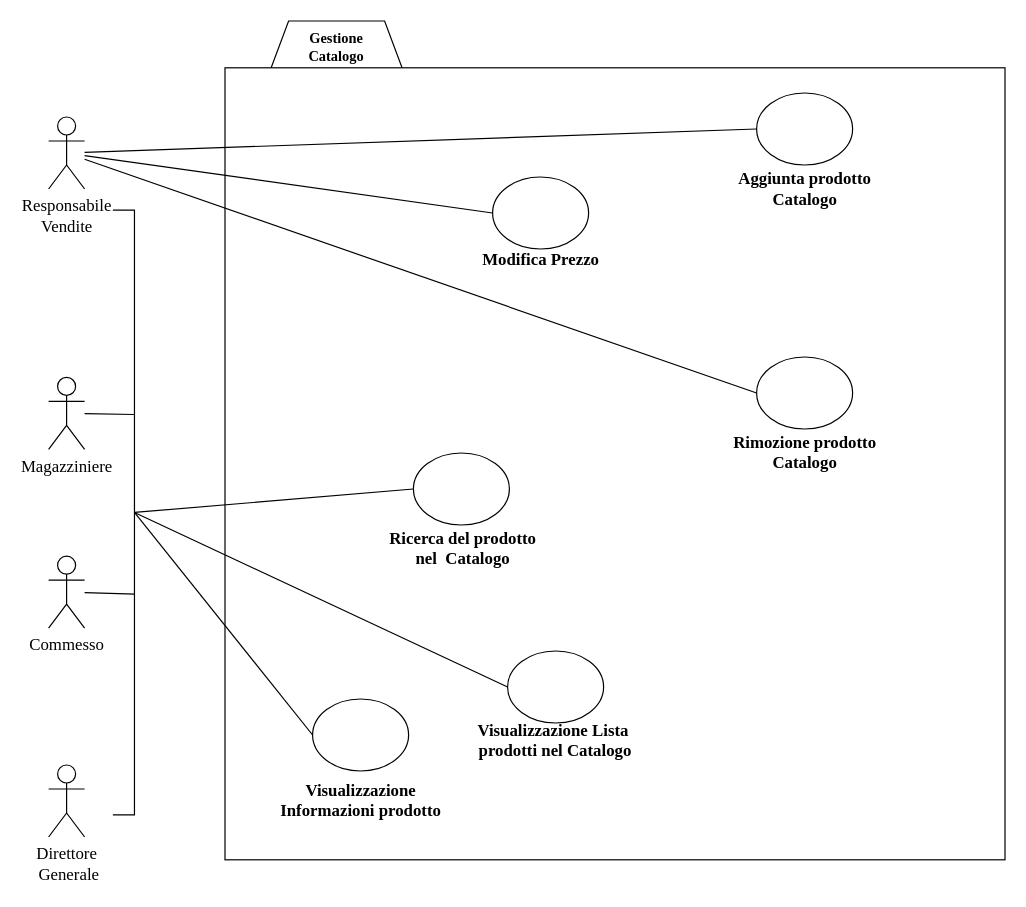
Before: Bozze/Diagrammi Casi D'Uso/GestioneCatalogoALPHA.drawio in Carmineh/IT-Manager, a draw.io diagram. Source tidied: cells renumbered, new cells numbered last; positions are measured from the earlier drawing's top-left corner, leaving out a move shared by most shapes. Both pictures are drawn from the tidied source at 120%, with x=0, y=0 at pixel (-179, 20).
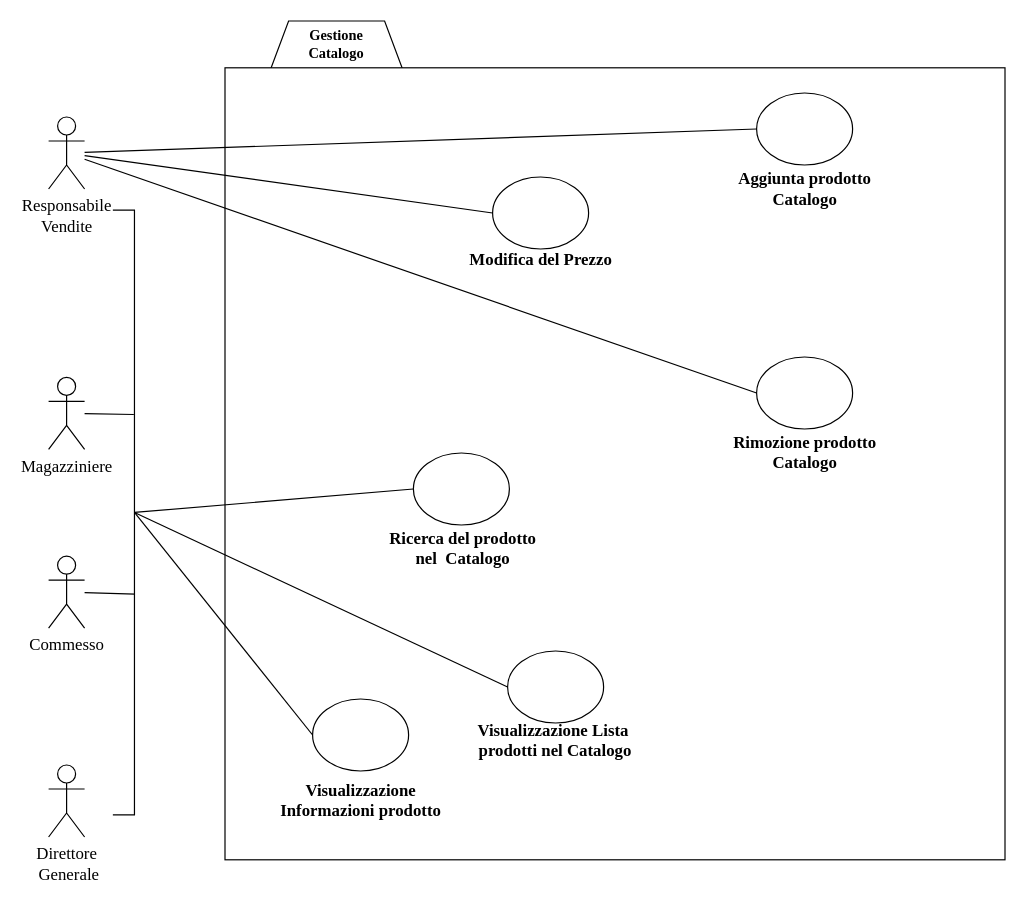
The same page after the edit.

The edit, as a diff of the source:
```diff
@@
     <mxCell id="10" value="&lt;div align=&quot;center&quot;&gt;&lt;font face=&quot;Times New Roman&quot;&gt;&lt;b&gt;Gestione&lt;/b&gt;&lt;/font&gt;&lt;/div&gt;&lt;div align=&quot;center&quot;&gt;&lt;font face=&quot;Times New Roman&quot;&gt;&lt;b&gt;Catalogo&lt;/b&gt;&lt;/font&gt;&lt;/div&gt;" style="text;html=1;strokeColor=none;fillColor=none;align=center;verticalAlign=middle;whiteSpace=wrap;rounded=0;" parent="1" vertex="1">
-      <mxGeometry x="409" y="12" width="40" height="20" as="geometry" />
+      <mxGeometry x="409" y="9" width="40" height="20" as="geometry" />
     </mxCell>
@@
-    <mxCell id="19" value="&lt;b style=&quot;font-family: &amp;#34;times new roman&amp;#34; ; font-size: 14px&quot;&gt;Modifica Prezzo&lt;br&gt;&lt;/b&gt;" style="text;html=1;strokeColor=none;fillColor=none;align=center;verticalAlign=middle;whiteSpace=wrap;rounded=0;" parent="1" vertex="1">
+    <mxCell id="19" value="&lt;b style=&quot;font-family: &amp;#34;times new roman&amp;#34; ; font-size: 14px&quot;&gt;Modifica del Prezzo&lt;br&gt;&lt;/b&gt;" style="text;html=1;strokeColor=none;fillColor=none;align=center;verticalAlign=middle;whiteSpace=wrap;rounded=0;" parent="1" vertex="1">
       <mxGeometry x="526.5" y="190" width="145" height="20" as="geometry" />
     </mxCell>
```
